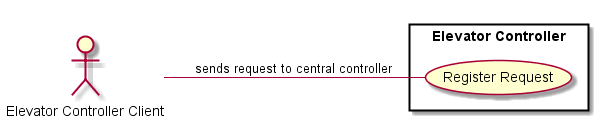
This is src/main/docs/generated/UseCaseDiagrams-002.png from nabsha/ascender, a PlantUML export, as it was before one commit.
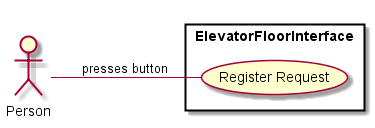
Later version of the same file.

What changed in the source:
```diff
@@ -1,9 +1,9 @@
 @startuml
 left to right direction
 
-actor "Elevator Controller Client" as ECC
-rectangle "Elevator Controller" {
-  ECC -- (Register Request) : sends request to central controller
+actor "Person" as ECC
+rectangle "ElevatorFloorInterface" {
+  ECC -- (Register Request) : presses button
 }
 
 @enduml
```
